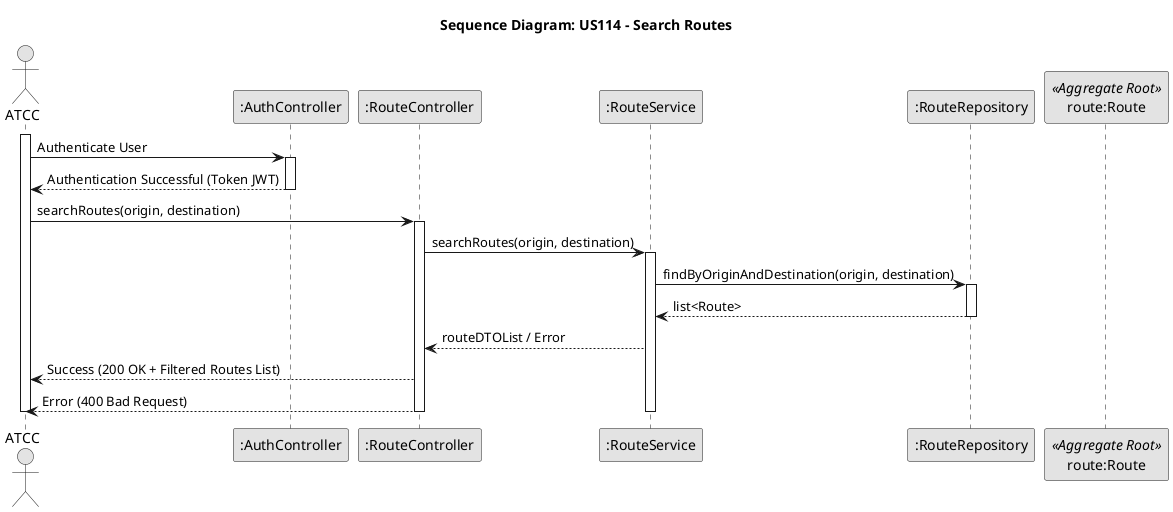
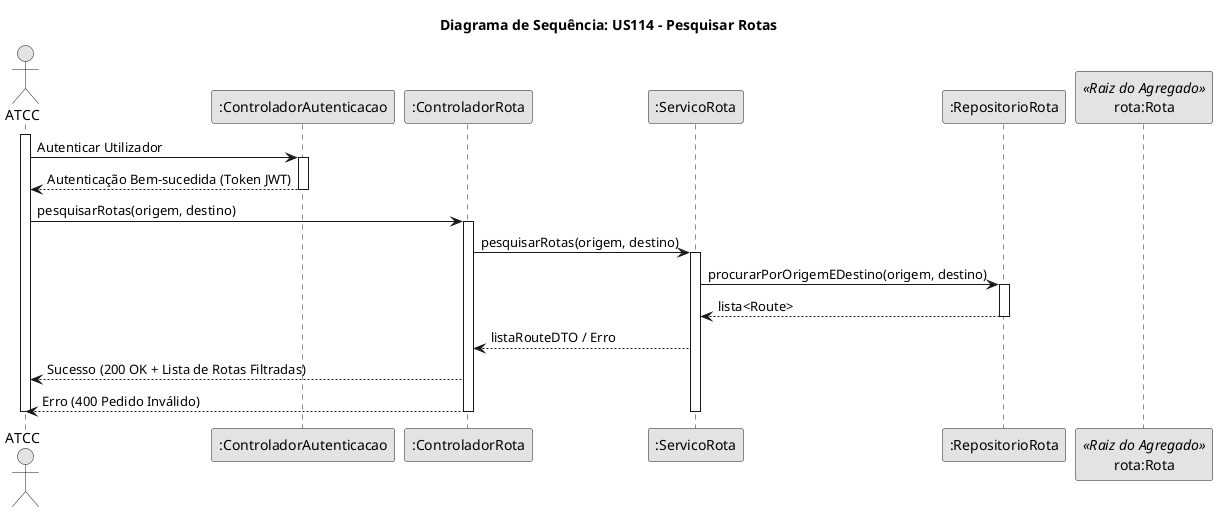
@startuml
skinparam monochrome true
skinparam shadowing false

- title Sequence Diagram: US114 - Search Routes
+ title Diagrama de Sequência: US114 - Pesquisar Rotas

actor "ATCC" as User
- participant ":AuthController" as Auth
- participant ":RouteController" as Ctrl
- participant ":RouteService" as Service
- participant ":RouteRepository" as RepoRoute
- participant "route:Route" as Route <<Aggregate Root>>
+ participant ":ControladorAutenticacao" as Auth
+ participant ":ControladorRota" as Ctrl
+ participant ":ServicoRota" as Service
+ participant ":RepositorioRota" as RepoRoute
+ participant "rota:Rota" as Route <<Raiz do Agregado>>

activate User

- 
- User -> Auth : Authenticate User
+ User -> Auth : Autenticar Utilizador
activate Auth
- Auth --> User : Authentication Successful (Token JWT)
+ Auth --> User : Autenticação Bem-sucedida (Token JWT)
deactivate Auth

- 
- User -> Ctrl : searchRoutes(origin, destination)
+ User -> Ctrl : pesquisarRotas(origem, destino)
activate Ctrl

- Ctrl -> Service : searchRoutes(origin, destination)
+ Ctrl -> Service : pesquisarRotas(origem, destino)
activate Service

-     Service -> RepoRoute : findByOriginAndDestination(origin, destination)
+     Service -> RepoRoute : procurarPorOrigemEDestino(origem, destino)
    activate RepoRoute
-     RepoRoute --> Service : list<Route>
+     RepoRoute --> Service : lista<Route>
    deactivate RepoRoute

-     Service --> Ctrl : routeDTOList / Error
+     Service --> Ctrl : listaRouteDTO / Erro

-     Ctrl --> User : Success (200 OK + Filtered Routes List)
+     Ctrl --> User : Sucesso (200 OK + Lista de Rotas Filtradas)

-     Ctrl --> User : Error (400 Bad Request)
+     Ctrl --> User : Erro (400 Pedido Inválido)

deactivate Service
deactivate Ctrl
deactivate User
@enduml